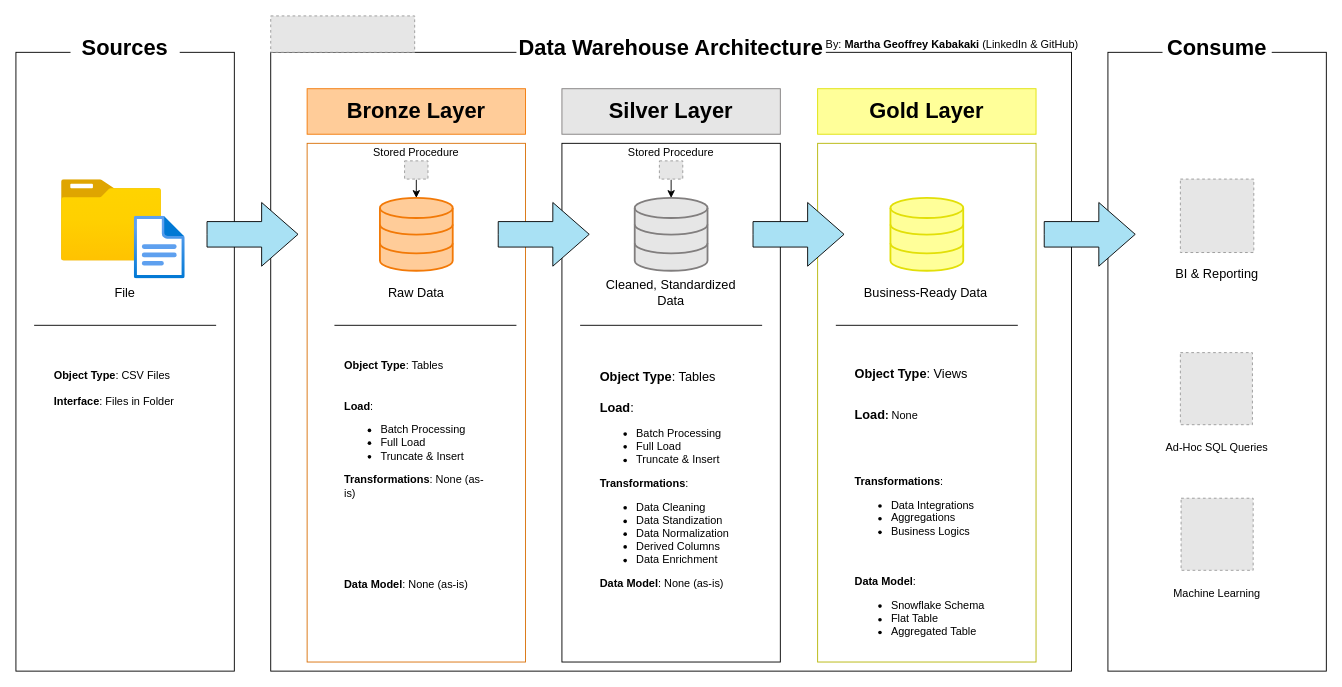
The draw.io diagram Data Engineer Projects/SQL Sales Data Warehouse - Medallion Architecture/docs/docs/Data Warehouse Architecture/Data Warehouse Architecture.drawio in marthag0311/Projects, before the edit. Source tidied: cells renumbered, new cells numbered last; positions are measured from the earlier drawing's top-left corner, leaving out a move shared by most shapes. Both pictures are drawn from the tidied source at 91%, with x=0, y=0 at pixel (15, 15). Pictures stored in the file or linked from it are replaced by grey dashed boxes.
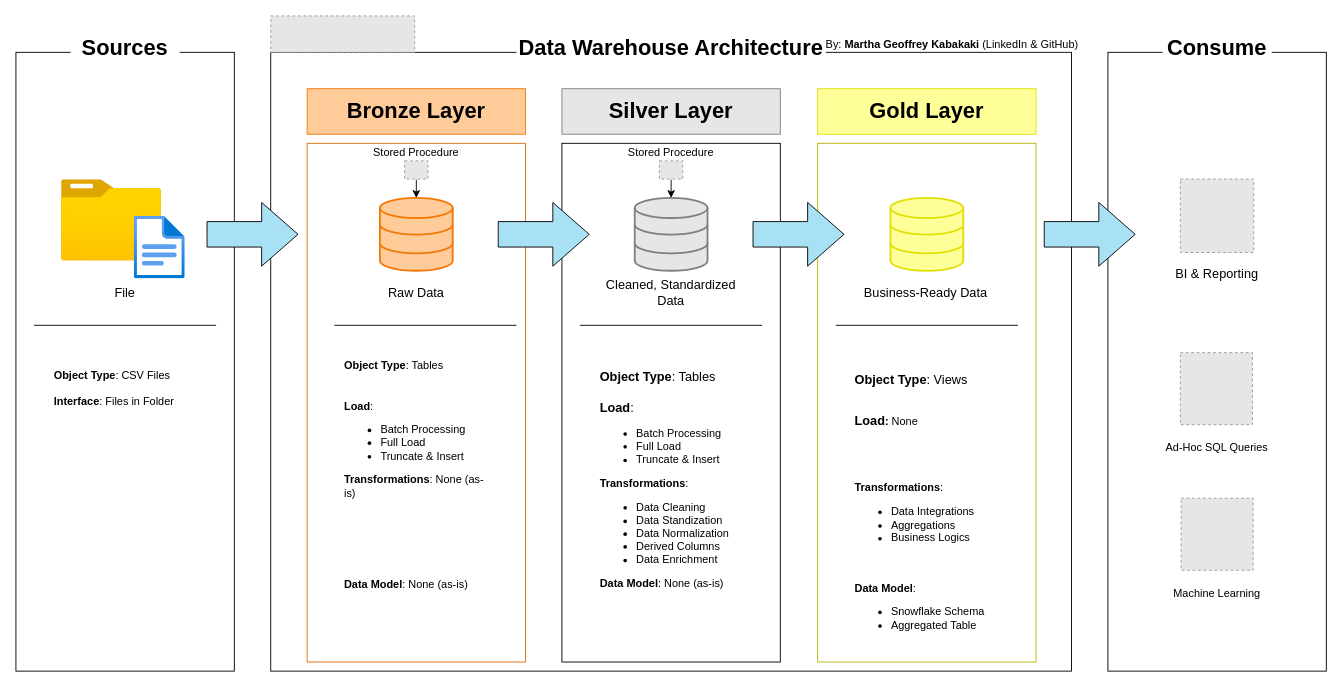
After the change.

What changed in the source:
```diff
@@
-    <mxCell id="33" value="&lt;font style=&quot;font-size: 14px;&quot;&gt;&lt;b&gt;Object Type&lt;/b&gt;: Views&lt;/font&gt;&lt;div style=&quot;&quot;&gt;&lt;br&gt;&lt;/div&gt;&lt;div style=&quot;&quot;&gt;&lt;br&gt;&lt;/div&gt;&lt;div style=&quot;&quot;&gt;&lt;b&gt;&lt;span style=&quot;font-size: 14px;&quot;&gt;Load&lt;/span&gt;:&amp;nbsp;&lt;/b&gt;None&lt;/div&gt;&lt;div style=&quot;&quot;&gt;&lt;br&gt;&lt;/div&gt;&lt;div style=&quot;&quot;&gt;&lt;br&gt;&lt;/div&gt;&lt;div style=&quot;&quot;&gt;&lt;br&gt;&lt;/div&gt;&lt;div style=&quot;&quot;&gt;&lt;br&gt;&lt;/div&gt;&lt;div style=&quot;&quot;&gt;&lt;b style=&quot;background-color: initial;&quot;&gt;Transformations&lt;/b&gt;&lt;span style=&quot;background-color: initial;&quot;&gt;:&amp;nbsp;&lt;/span&gt;&lt;br&gt;&lt;/div&gt;&lt;div style=&quot;&quot;&gt;&lt;div&gt;&lt;ul&gt;&lt;li&gt;Data Integrations&lt;/li&gt;&lt;li&gt;Aggregations&lt;/li&gt;&lt;li&gt;Business Logics&lt;/li&gt;&lt;/ul&gt;&lt;/div&gt;&lt;div&gt;&lt;b style=&quot;background-color: initial;&quot;&gt;&lt;br&gt;&lt;/b&gt;&lt;/div&gt;&lt;div&gt;&lt;br&gt;&lt;/div&gt;&lt;div&gt;&lt;b style=&quot;background-color: initial;&quot;&gt;Data Model&lt;/b&gt;&lt;span style=&quot;background-color: initial;&quot;&gt;:&amp;nbsp;&lt;/span&gt;&lt;br&gt;&lt;/div&gt;&lt;div&gt;&lt;ul&gt;&lt;li&gt;Snowflake Schema&lt;/li&gt;&lt;li&gt;Flat Table&lt;/li&gt;&lt;li&gt;Aggregated Table&lt;/li&gt;&lt;/ul&gt;&lt;/div&gt;&lt;/div&gt;" style="text;html=1;align=left;verticalAlign=middle;whiteSpace=wrap;rounded=0;" parent="1" vertex="1">
+    <mxCell id="33" value="&lt;font style=&quot;font-size: 14px;&quot;&gt;&lt;b&gt;Object Type&lt;/b&gt;: Views&lt;/font&gt;&lt;div style=&quot;&quot;&gt;&lt;br&gt;&lt;/div&gt;&lt;div style=&quot;&quot;&gt;&lt;br&gt;&lt;/div&gt;&lt;div style=&quot;&quot;&gt;&lt;b&gt;&lt;span style=&quot;font-size: 14px;&quot;&gt;Load&lt;/span&gt;:&amp;nbsp;&lt;/b&gt;None&lt;/div&gt;&lt;div style=&quot;&quot;&gt;&lt;br&gt;&lt;/div&gt;&lt;div style=&quot;&quot;&gt;&lt;br&gt;&lt;/div&gt;&lt;div style=&quot;&quot;&gt;&lt;br&gt;&lt;/div&gt;&lt;div style=&quot;&quot;&gt;&lt;br&gt;&lt;/div&gt;&lt;div style=&quot;&quot;&gt;&lt;b style=&quot;background-color: initial;&quot;&gt;Transformations&lt;/b&gt;&lt;span style=&quot;background-color: initial;&quot;&gt;:&amp;nbsp;&lt;/span&gt;&lt;br&gt;&lt;/div&gt;&lt;div style=&quot;&quot;&gt;&lt;div&gt;&lt;ul&gt;&lt;li&gt;Data Integrations&lt;/li&gt;&lt;li&gt;Aggregations&lt;/li&gt;&lt;li&gt;Business Logics&lt;/li&gt;&lt;/ul&gt;&lt;/div&gt;&lt;div&gt;&lt;b style=&quot;background-color: initial;&quot;&gt;&lt;br&gt;&lt;/b&gt;&lt;/div&gt;&lt;div&gt;&lt;br&gt;&lt;/div&gt;&lt;div&gt;&lt;b style=&quot;background-color: initial;&quot;&gt;Data Model&lt;/b&gt;&lt;span style=&quot;background-color: initial;&quot;&gt;:&amp;nbsp;&lt;/span&gt;&lt;br&gt;&lt;/div&gt;&lt;div&gt;&lt;ul&gt;&lt;li&gt;Snowflake Schema&lt;/li&gt;&lt;li&gt;&lt;span style=&quot;background-color: initial;&quot;&gt;Aggregated Table&lt;/span&gt;&lt;br&gt;&lt;/li&gt;&lt;/ul&gt;&lt;/div&gt;&lt;/div&gt;" style="text;html=1;align=left;verticalAlign=middle;whiteSpace=wrap;rounded=0;" parent="1" vertex="1">
       <mxGeometry x="920" y="370" width="160" height="340" as="geometry" />
     </mxCell>
```
